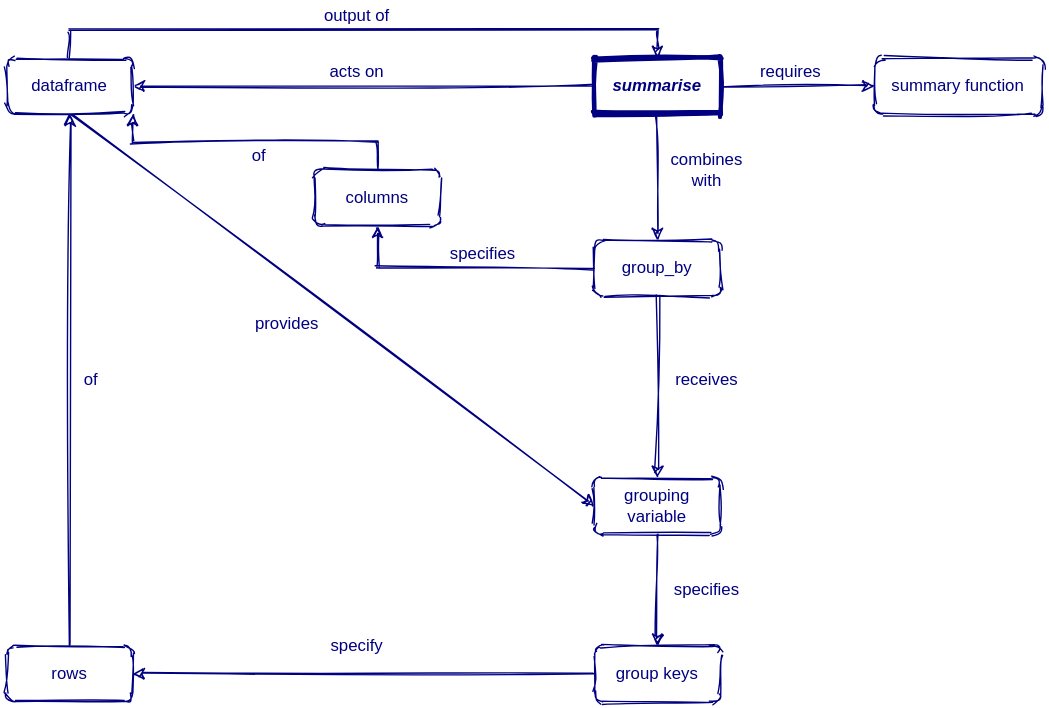
Before: dplyr-summairse.svg, a diagram exported from draw.io (larnsce/diagrams). Source tidied: cells renumbered, new cells last; positions are measured from the earlier drawing's top-left corner, leaving out a move shared by most shapes.
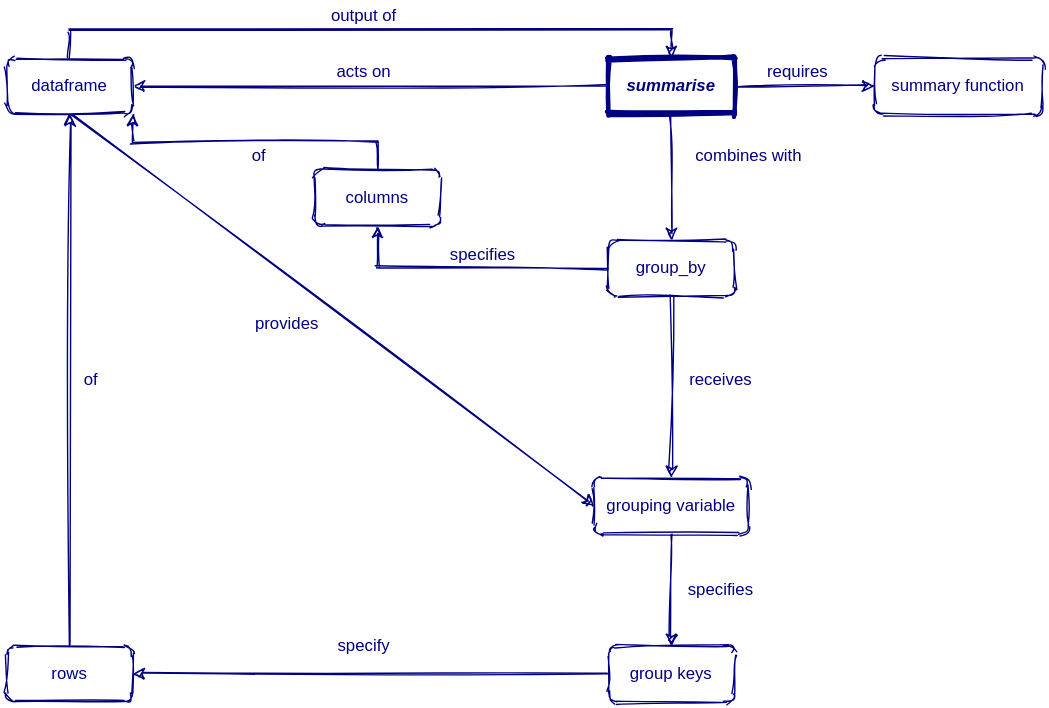
Above is the later version.

Diff of the diagram source:
```diff
@@ -2,8 +2,8 @@
   <root>
     <mxCell id="0" />
     <mxCell id="1" parent="0" />
-    <mxCell id="2" value="&lt;div&gt;combines&lt;/div&gt;&lt;div&gt;with&lt;/div&gt;" style="edgeStyle=orthogonalEdgeStyle;rounded=0;sketch=1;jettySize=auto;html=1;exitX=0.5;exitY=1;exitDx=0;exitDy=0;endArrow=classic;endFill=1;strokeColor=#000080;fontFamily=Helvetica;fontSize=12;fontColor=#000080;" parent="1" edge="1" source="5" target="13">
-      <mxGeometry x="-0.11" y="35" relative="1" as="geometry" />
+    <mxCell id="2" value="combines with" style="edgeStyle=orthogonalEdgeStyle;rounded=0;sketch=1;jettySize=auto;html=1;exitX=0.5;exitY=1;exitDx=0;exitDy=0;endArrow=classic;endFill=1;strokeColor=#000080;fontFamily=Helvetica;fontSize=12;fontColor=#000080;" parent="1" edge="1" source="5" target="13">
+      <mxGeometry x="-0.33" y="55" relative="1" as="geometry" />
     </mxCell>
     <mxCell id="3" value="acts on" style="edgeStyle=none;rounded=0;sketch=1;jettySize=auto;html=1;exitX=0;exitY=0.5;exitDx=0;exitDy=0;entryX=1;entryY=0.5;entryDx=0;entryDy=0;endArrow=classic;endFill=1;strokeColor=#000080;fontFamily=Helvetica;fontSize=12;fontColor=#000080;" parent="1" edge="1" source="5" target="9">
       <mxGeometry x="0.03" y="-10" relative="1" as="geometry" />
@@ -12,7 +12,7 @@
       <mxGeometry x="-0.09" y="10" relative="1" as="geometry" />
     </mxCell>
     <mxCell id="5" value="&lt;div style=&quot;font-size: 12px;&quot;&gt;summarise&lt;/div&gt;" style="rounded=1;whiteSpace=wrap;html=1;sketch=1;strokeColor=#000080;fontFamily=Helvetica;strokeWidth=3;fontColor=#000080;fontStyle=3;fontSize=12;arcSize=0;" parent="1" vertex="1">
-      <mxGeometry x="420" width="90" height="40" as="geometry" />
+      <mxGeometry x="430" width="90" height="40" as="geometry" />
     </mxCell>
     <mxCell id="6" style="edgeStyle=orthogonalEdgeStyle;rounded=0;sketch=1;orthogonalLoop=1;jettySize=auto;html=1;exitX=1;exitY=0.5;exitDx=0;exitDy=0;entryX=1;entryY=0.5;entryDx=0;entryDy=0;strokeColor=#000080;fontFamily=Helvetica;fontColor=#000080;fontSize=12;" parent="1" edge="1" source="9" target="9">
       <mxGeometry relative="1" as="geometry" />
@@ -36,13 +36,13 @@
       <mxGeometry x="0.78" y="-75" relative="1" as="geometry" />
     </mxCell>
     <mxCell id="13" value="group_by" style="rounded=1;whiteSpace=wrap;html=1;sketch=1;strokeColor=#000080;strokeWidth=1;fontSize=12;fontColor=#000080;" parent="1" vertex="1">
-      <mxGeometry x="420" y="130" width="90" height="40" as="geometry" />
+      <mxGeometry x="430" y="130" width="90" height="40" as="geometry" />
     </mxCell>
     <mxCell id="14" value="specifies" style="edgeStyle=orthogonalEdgeStyle;rounded=0;sketch=1;jettySize=auto;html=1;exitX=0.5;exitY=1;exitDx=0;exitDy=0;endArrow=classic;endFill=1;strokeColor=#000080;fontFamily=Helvetica;fontSize=12;fontColor=#000080;" parent="1" edge="1" source="15" target="19">
       <mxGeometry y="35" relative="1" as="geometry" />
     </mxCell>
-    <mxCell id="15" value="&lt;div&gt;grouping&lt;/div&gt;&lt;div&gt;variable&lt;br&gt;&lt;/div&gt;" style="whiteSpace=wrap;html=1;rounded=1;fontColor=#000080;strokeColor=#000080;strokeWidth=1;sketch=1;" parent="1" vertex="1">
-      <mxGeometry x="420" y="300" width="90" height="40" as="geometry" />
+    <mxCell id="15" value="grouping variable" style="whiteSpace=wrap;html=1;rounded=1;fontColor=#000080;strokeColor=#000080;strokeWidth=1;sketch=1;" parent="1" vertex="1">
+      <mxGeometry x="420" y="300" width="110" height="40" as="geometry" />
     </mxCell>
     <mxCell id="16" value="of" style="edgeStyle=orthogonalEdgeStyle;rounded=0;sketch=1;jettySize=auto;html=1;exitX=0.5;exitY=0;exitDx=0;exitDy=0;endArrow=classic;endFill=1;strokeColor=#000080;fontFamily=Helvetica;fontSize=12;fontColor=#000080;" parent="1" edge="1" source="17" target="9">
       <mxGeometry y="-15" relative="1" as="geometry" />
@@ -54,7 +54,7 @@
       <mxGeometry x="0.03" y="-20" relative="1" as="geometry" />
     </mxCell>
     <mxCell id="19" value="group keys" style="rounded=1;whiteSpace=wrap;html=1;sketch=1;strokeColor=#000080;strokeWidth=1;fontSize=12;fontColor=#000080;" parent="1" vertex="1">
-      <mxGeometry x="420" y="420" width="90" height="40" as="geometry" />
+      <mxGeometry x="430" y="420" width="90" height="40" as="geometry" />
     </mxCell>
     <mxCell id="20" value="of" style="rounded=0;sketch=1;jettySize=auto;html=1;exitX=0.5;exitY=0;exitDx=0;exitDy=0;entryX=1;entryY=1;entryDx=0;entryDy=0;endArrow=classic;endFill=1;strokeColor=#000080;fontFamily=Helvetica;fontSize=12;fontColor=#000080;edgeStyle=orthogonalEdgeStyle;" parent="1" edge="1" source="21" target="9">
       <mxGeometry x="-0.02" y="10" relative="1" as="geometry" />
```
